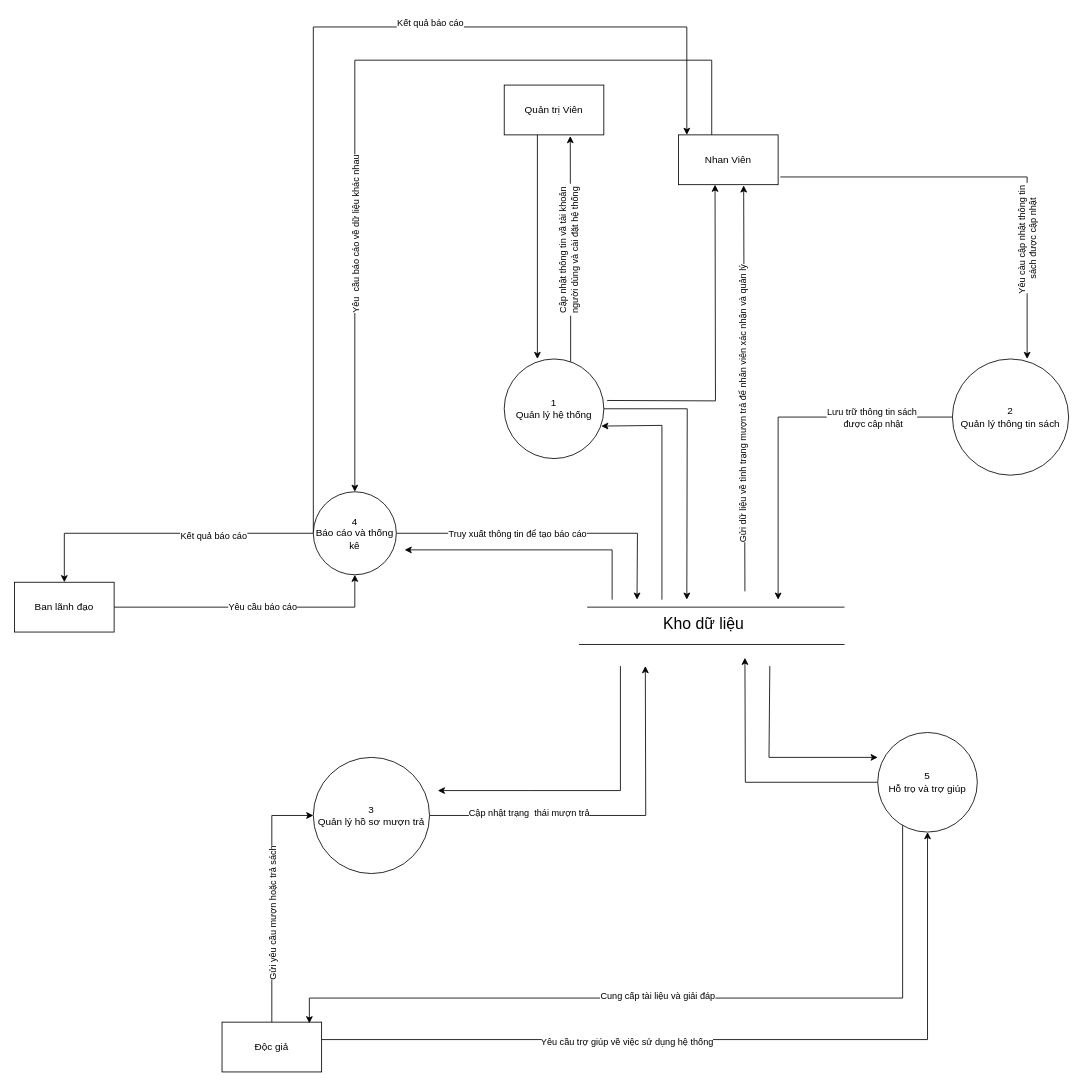
Earlier version of the draw.io diagram page "DFD" (3 of 4) of Biểu đồ không có tiêu đề.drawio (trunghai04/game-python). Source tidied: cells renumbered, new cells numbered last; positions are measured from the earlier drawing's top-left corner, leaving out a move shared by most shapes. Both pictures are drawn from the tidied source at 83%, with x=0, y=0 at pixel (14, 27).
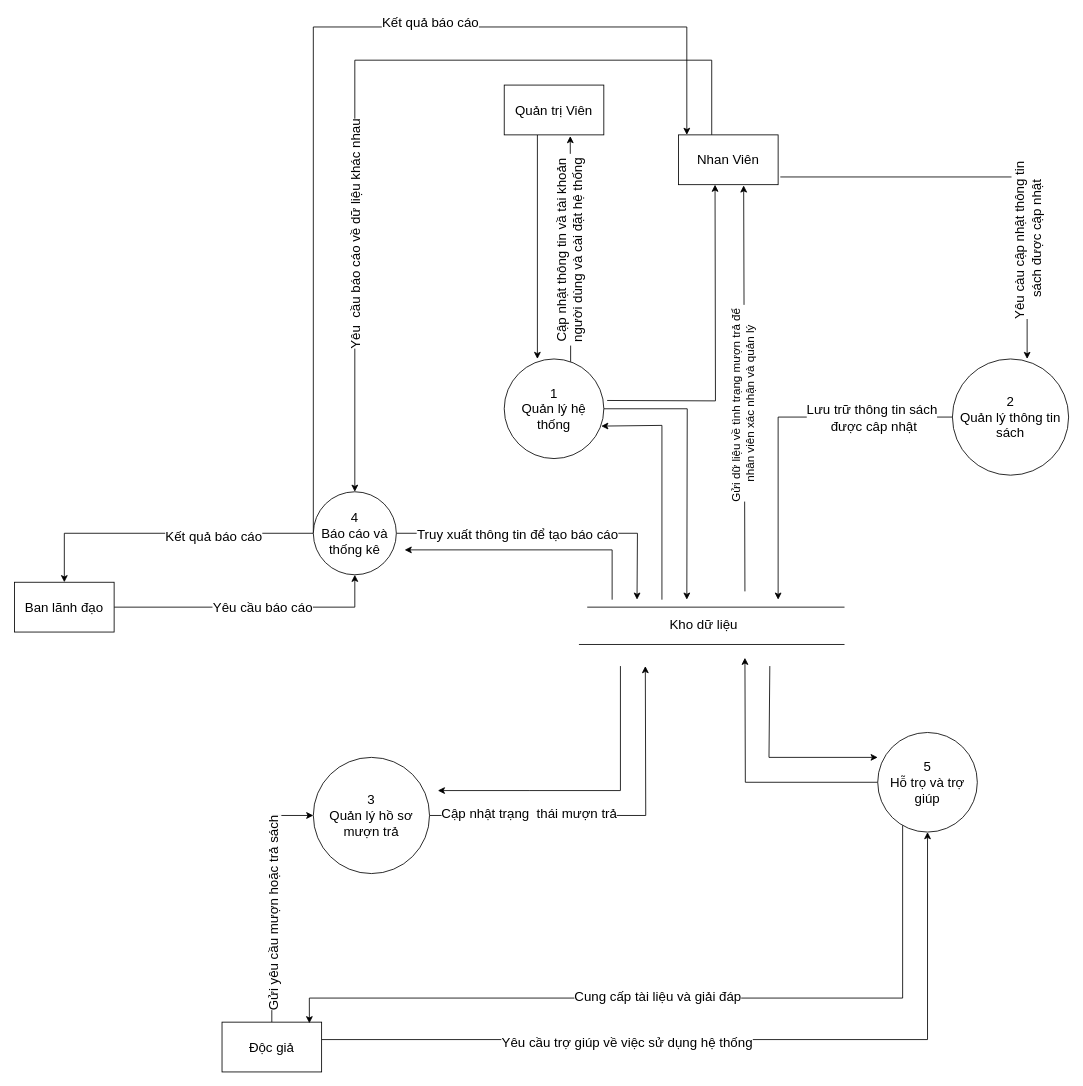
The same page after the edit.

Commit message (it also covers changes not shown here):
Cập nhật Biểu đồ không có tiêu đề.drawio

Change to the diagram source:
```diff
@@
-    <mxCell id="2" style="line;strokeWidth=1;fillColor=none;align=left;verticalAlign=middle;spacingTop=-1;spacingLeft=3;spacingRight=3;labelPosition=right;strokeColor=inherit;" parent="1" vertex="1">
+    <mxCell id="2" style="line;strokeWidth=1;fillColor=none;align=left;verticalAlign=middle;spacingTop=-1;spacingLeft=3;spacingRight=3;labelPosition=right;strokeColor=inherit;fontSize=16;" parent="1" vertex="1">
       <mxGeometry x="690" y="698" width="310" height="2" as="geometry" />
     </mxCell>
-    <mxCell id="3" style="line;strokeWidth=1;fillColor=none;align=left;verticalAlign=middle;spacingTop=-1;spacingLeft=3;spacingRight=3;labelPosition=right;strokeColor=inherit;" parent="1" vertex="1">
+    <mxCell id="3" style="line;strokeWidth=1;fillColor=none;align=left;verticalAlign=middle;spacingTop=-1;spacingLeft=3;spacingRight=3;labelPosition=right;strokeColor=inherit;fontSize=16;" parent="1" vertex="1">
       <mxGeometry x="680" y="720" width="320" height="48" as="geometry" />
     </mxCell>
-    <mxCell id="4" value="Kho dữ liệu" style="text;html=1;align=center;verticalAlign=middle;strokeColor=none;fillColor=none;fontSize=19;" parent="1" vertex="1">
-      <mxGeometry x="770" y="700" width="120" height="40" as="geometry" />
+    <mxCell id="4" value="Kho dữ liệu" style="text;html=1;align=center;verticalAlign=middle;strokeColor=none;fillColor=none;fontSize=16;" parent="1" vertex="1">
+      <mxGeometry x="775" y="705" width="110" height="30" as="geometry" />
     </mxCell>
-    <mxCell id="5" style="edgeStyle=orthogonalEdgeStyle;rounded=0;jettySize=auto;html=1;" parent="1" edge="1" source="7">
+    <mxCell id="5" style="edgeStyle=orthogonalEdgeStyle;rounded=0;jettySize=auto;html=1;fontSize=16;" parent="1" edge="1" source="7">
       <mxGeometry relative="1" as="geometry">
         <mxPoint x="810" y="690" as="targetPoint" />
       </mxGeometry>
     </mxCell>
-    <mxCell id="6" style="edgeStyle=orthogonalEdgeStyle;rounded=0;orthogonalLoop=1;jettySize=auto;html=1;entryX=0.5;entryY=1;entryDx=0;entryDy=0;" parent="1" edge="1">
+    <mxCell id="6" style="edgeStyle=orthogonalEdgeStyle;rounded=0;orthogonalLoop=1;jettySize=auto;html=1;entryX=0.5;entryY=1;entryDx=0;entryDy=0;fontSize=16;" parent="1" edge="1">
       <mxGeometry relative="1" as="geometry">
         <mxPoint x="714" y="450" as="sourcePoint" />
         <mxPoint x="844" y="190" as="targetPoint" />
       </mxGeometry>
     </mxCell>
-    <mxCell id="7" value="1&lt;div&gt;Quản lý hệ thống&lt;/div&gt;" style="ellipse;whiteSpace=wrap;html=1;" parent="1" vertex="1">
+    <mxCell id="7" value="1&lt;div style=&quot;font-size: 16px;&quot;&gt;Quản lý hệ thống&lt;/div&gt;" style="ellipse;whiteSpace=wrap;html=1;fontSize=16;" parent="1" vertex="1">
       <mxGeometry x="590" y="400" width="120" height="120" as="geometry" />
     </mxCell>
-    <mxCell id="8" style="edgeStyle=orthogonalEdgeStyle;rounded=0;jettySize=auto;html=1;" parent="1" edge="1" source="10">
+    <mxCell id="8" style="edgeStyle=orthogonalEdgeStyle;rounded=0;jettySize=auto;html=1;fontSize=16;" parent="1" edge="1" source="10">
       <mxGeometry relative="1" as="geometry">
         <mxPoint x="920" y="690" as="targetPoint" />
         <Array as="points">
           <mxPoint x="920" y="470" />
           <mxPoint x="920" y="690" />
         </Array>
       </mxGeometry>
     </mxCell>
-    <mxCell id="9" value="Lưu trữ thông tin sách&lt;div&gt;&amp;nbsp;được câp nhật&lt;/div&gt;" style="edgeLabel;html=1;align=center;verticalAlign=middle;" parent="8" vertex="1">
+    <mxCell id="9" value="Lưu trữ thông tin sách&lt;div style=&quot;font-size: 16px;&quot;&gt;&amp;nbsp;được câp nhật&lt;/div&gt;" style="edgeLabel;html=1;align=center;verticalAlign=middle;fontSize=16;" parent="8" vertex="1">
       <mxGeometry x="-0.42" relative="1" as="geometry">
         <mxPoint x="27" as="offset" />
       </mxGeometry>
     </mxCell>
-    <mxCell id="10" value="2&lt;div&gt;Quản lý thông tin sách&lt;/div&gt;" style="ellipse;whiteSpace=wrap;html=1;" parent="1" vertex="1">
+    <mxCell id="10" value="2&lt;div style=&quot;font-size: 16px;&quot;&gt;Quản lý thông tin sách&lt;/div&gt;" style="ellipse;whiteSpace=wrap;html=1;fontSize=16;" parent="1" vertex="1">
       <mxGeometry x="1130" y="400" width="140" height="140" as="geometry" />
     </mxCell>
-    <mxCell id="11" style="edgeStyle=orthogonalEdgeStyle;rounded=0;jettySize=auto;html=1;" parent="1" edge="1" source="12">
+    <mxCell id="11" style="edgeStyle=orthogonalEdgeStyle;rounded=0;jettySize=auto;html=1;fontSize=16;" parent="1" edge="1" source="12">
       <mxGeometry relative="1" as="geometry">
         <mxPoint x="880" y="760" as="targetPoint" />
       </mxGeometry>
     </mxCell>
-    <mxCell id="12" value="5&lt;div&gt;Hỗ trọ và trợ giúp&lt;/div&gt;" style="ellipse;whiteSpace=wrap;html=1;" parent="1" vertex="1">
+    <mxCell id="12" value="5&lt;div style=&quot;font-size: 16px;&quot;&gt;Hỗ trọ và trợ giúp&lt;/div&gt;" style="ellipse;whiteSpace=wrap;html=1;fontSize=16;" parent="1" vertex="1">
       <mxGeometry x="1040" y="850" width="120" height="120" as="geometry" />
     </mxCell>
-    <mxCell id="13" style="edgeStyle=orthogonalEdgeStyle;rounded=0;jettySize=auto;html=1;" parent="1" edge="1" source="19">
+    <mxCell id="13" style="edgeStyle=orthogonalEdgeStyle;rounded=0;jettySize=auto;html=1;fontSize=16;" parent="1" edge="1" source="19">
       <mxGeometry relative="1" as="geometry">
         <mxPoint x="750" y="690" as="targetPoint" />
       </mxGeometry>
     </mxCell>
-    <mxCell id="14" value="Truy xuất thông tin để tạo báo cáo" style="edgeLabel;html=1;align=center;verticalAlign=middle;" parent="13" vertex="1">
+    <mxCell id="14" value="Truy xuất thông tin để tạo báo cáo" style="edgeLabel;html=1;align=center;verticalAlign=middle;fontSize=16;" parent="13" vertex="1">
       <mxGeometry x="-0.04" y="-1" relative="1" as="geometry">
         <mxPoint x="-33" y="-1" as="offset" />
       </mxGeometry>
     </mxCell>
-    <mxCell id="15" style="edgeStyle=orthogonalEdgeStyle;rounded=0;jettySize=auto;html=1;" parent="1" edge="1" source="19">
+    <mxCell id="15" style="edgeStyle=orthogonalEdgeStyle;rounded=0;jettySize=auto;html=1;fontSize=16;" parent="1" edge="1" source="19">
       <mxGeometry relative="1" as="geometry">
         <mxPoint x="810" y="130" as="targetPoint" />
         <Array as="points">
           <mxPoint x="360" />
           <mxPoint x="810" />
         </Array>
       </mxGeometry>
     </mxCell>
-    <mxCell id="16" value="Kết quả báo cáo" style="edgeLabel;html=1;align=center;verticalAlign=middle;" parent="15" vertex="1">
+    <mxCell id="16" value="Kết quả báo cáo" style="edgeLabel;html=1;align=center;verticalAlign=middle;fontSize=16;" parent="15" vertex="1">
       <mxGeometry x="0.26" y="6" relative="1" as="geometry" />
     </mxCell>
-    <mxCell id="17" style="edgeStyle=orthogonalEdgeStyle;rounded=0;jettySize=auto;html=1;entryX=0.5;entryY=0;entryDx=0;entryDy=0;" parent="1" edge="1" source="19" target="43">
+    <mxCell id="17" style="edgeStyle=orthogonalEdgeStyle;rounded=0;jettySize=auto;html=1;entryX=0.5;entryY=0;entryDx=0;entryDy=0;fontSize=16;" parent="1" edge="1" source="19" target="43">
       <mxGeometry relative="1" as="geometry" />
     </mxCell>
-    <mxCell id="18" value="Kết quả báo cáo" style="edgeLabel;html=1;align=center;verticalAlign=middle;" parent="17" vertex="1">
+    <mxCell id="18" value="Kết quả báo cáo" style="edgeLabel;html=1;align=center;verticalAlign=middle;fontSize=16;" parent="17" vertex="1">
       <mxGeometry x="-0.32" y="3" relative="1" as="geometry">
         <mxPoint x="1" as="offset" />
       </mxGeometry>
     </mxCell>
-    <mxCell id="19" value="4&lt;div&gt;Báo cáo và thống kê&lt;/div&gt;" style="ellipse;whiteSpace=wrap;html=1;" parent="1" vertex="1">
+    <mxCell id="19" value="4&lt;div style=&quot;font-size: 16px;&quot;&gt;Báo cáo và thống kê&lt;/div&gt;" style="ellipse;whiteSpace=wrap;html=1;fontSize=16;" parent="1" vertex="1">
       <mxGeometry x="360" y="560" width="100" height="100" as="geometry" />
     </mxCell>
-    <mxCell id="20" style="edgeStyle=orthogonalEdgeStyle;rounded=0;jettySize=auto;html=1;" parent="1" edge="1" source="22">
+    <mxCell id="20" style="edgeStyle=orthogonalEdgeStyle;rounded=0;jettySize=auto;html=1;fontSize=16;" parent="1" edge="1" source="22">
       <mxGeometry relative="1" as="geometry">
         <mxPoint x="760" y="770" as="targetPoint" />
       </mxGeometry>
     </mxCell>
-    <mxCell id="21" value="Cập nhật trạng&amp;nbsp; thái mượn trả" style="edgeLabel;html=1;align=center;verticalAlign=middle;" parent="20" vertex="1">
+    <mxCell id="21" value="Cập nhật trạng&amp;nbsp; thái mượn trả" style="edgeLabel;html=1;align=center;verticalAlign=middle;fontSize=16;" parent="20" vertex="1">
       <mxGeometry x="-0.46" y="4" relative="1" as="geometry" />
     </mxCell>
-    <mxCell id="22" value="3&lt;div&gt;Quản lý hồ sơ mượn trả&lt;/div&gt;" style="ellipse;whiteSpace=wrap;html=1;" parent="1" vertex="1">
+    <mxCell id="22" value="3&lt;div style=&quot;font-size: 16px;&quot;&gt;Quản lý hồ sơ mượn trả&lt;/div&gt;" style="ellipse;whiteSpace=wrap;html=1;fontSize=16;" parent="1" vertex="1">
       <mxGeometry x="360" y="880" width="140" height="140" as="geometry" />
     </mxCell>
-    <mxCell id="23" style="edgeStyle=orthogonalEdgeStyle;rounded=0;jettySize=auto;html=1;entryX=0.333;entryY=0;entryDx=0;entryDy=0;entryPerimeter=0;" parent="1" edge="1" source="24" target="7">
+    <mxCell id="23" style="edgeStyle=orthogonalEdgeStyle;rounded=0;jettySize=auto;html=1;entryX=0.333;entryY=0;entryDx=0;entryDy=0;entryPerimeter=0;fontSize=16;" parent="1" edge="1" source="24" target="7">
       <mxGeometry relative="1" as="geometry">
         <Array as="points">
           <mxPoint x="630" y="400" />
         </Array>
       </mxGeometry>
     </mxCell>
-    <mxCell id="24" value="Quản trị Viên" style="rounded=0;whiteSpace=wrap;html=1;" parent="1" vertex="1">
+    <mxCell id="24" value="Quản trị Viên" style="rounded=0;whiteSpace=wrap;html=1;fontSize=16;" parent="1" vertex="1">
       <mxGeometry x="590" y="70" width="120" height="60" as="geometry" />
     </mxCell>
-    <mxCell id="25" style="edgeStyle=orthogonalEdgeStyle;rounded=0;jettySize=auto;html=1;entryX=0.663;entryY=1.024;entryDx=0;entryDy=0;entryPerimeter=0;" parent="1" edge="1" source="7" target="24">
+    <mxCell id="25" style="edgeStyle=orthogonalEdgeStyle;rounded=0;jettySize=auto;html=1;entryX=0.663;entryY=1.024;entryDx=0;entryDy=0;entryPerimeter=0;fontSize=16;" parent="1" edge="1" source="7" target="24">
       <mxGeometry relative="1" as="geometry">
         <Array as="points">
           <mxPoint x="670" y="345" />
           <mxPoint x="670" y="345" />
         </Array>
       </mxGeometry>
     </mxCell>
-    <mxCell id="26" value="Cập nhật thông tin vầ tài khoản&lt;div&gt;&amp;nbsp;người dùng và cài đặt hệ thống&amp;nbsp;&lt;/div&gt;" style="edgeLabel;html=1;align=center;verticalAlign=middle;rotation=270;" parent="25" vertex="1">
+    <mxCell id="26" value="Cập nhật thông tin vầ tài khoản&lt;div style=&quot;font-size: 16px;&quot;&gt;&amp;nbsp;người dùng và cài đặt hệ thống&amp;nbsp;&lt;/div&gt;" style="edgeLabel;html=1;align=center;verticalAlign=middle;rotation=270;fontSize=16;" parent="25" vertex="1">
       <mxGeometry x="-0.25" y="2" relative="1" as="geometry">
         <mxPoint y="-32" as="offset" />
       </mxGeometry>
     </mxCell>
-    <mxCell id="27" style="edgeStyle=orthogonalEdgeStyle;rounded=0;jettySize=auto;html=1;exitX=1.022;exitY=0.845;exitDx=0;exitDy=0;exitPerimeter=0;" parent="1" edge="1" source="31">
+    <mxCell id="27" style="edgeStyle=orthogonalEdgeStyle;rounded=0;jettySize=auto;html=1;exitX=1.022;exitY=0.845;exitDx=0;exitDy=0;exitPerimeter=0;fontSize=16;" parent="1" edge="1" source="31">
       <mxGeometry relative="1" as="geometry">
         <mxPoint x="1220" y="400" as="targetPoint" />
         <Array as="points">
           <mxPoint x="1220" y="181" />
         </Array>
       </mxGeometry>
     </mxCell>
-    <mxCell id="28" value="Yêu càu cập nhật thông tin&amp;nbsp;&lt;div&gt;sách được cập nhật&lt;/div&gt;" style="edgeLabel;html=1;align=center;verticalAlign=middle;rotation=270;" parent="27" vertex="1">
+    <mxCell id="28" value="Yêu càu cập nhật thông tin&amp;nbsp;&lt;div style=&quot;font-size: 16px;&quot;&gt;sách được cập nhật&lt;/div&gt;" style="edgeLabel;html=1;align=center;verticalAlign=middle;rotation=270;fontSize=16;" parent="27" vertex="1">
       <mxGeometry x="0.32" y="-2" relative="1" as="geometry">
         <mxPoint x="2" y="32" as="offset" />
       </mxGeometry>
     </mxCell>
-    <mxCell id="29" style="edgeStyle=orthogonalEdgeStyle;rounded=0;jettySize=auto;html=1;entryX=0.5;entryY=0;entryDx=0;entryDy=0;" parent="1" edge="1" source="31" target="19">
+    <mxCell id="29" style="edgeStyle=orthogonalEdgeStyle;rounded=0;jettySize=auto;html=1;entryX=0.5;entryY=0;entryDx=0;entryDy=0;fontSize=16;" parent="1" edge="1" source="31" target="19">
       <mxGeometry relative="1" as="geometry">
         <Array as="points">
           <mxPoint x="840" y="40" />
           <mxPoint x="410" y="40" />
         </Array>
       </mxGeometry>
     </mxCell>
-    <mxCell id="30" value="Yêu&amp;nbsp; cầu báo cáo về dữ liệu khác nhau" style="edgeLabel;html=1;align=center;verticalAlign=middle;rotation=270;" parent="29" vertex="1">
+    <mxCell id="30" value="Yêu&amp;nbsp; cầu báo cáo về dữ liệu khác nhau" style="edgeLabel;html=1;align=center;verticalAlign=middle;rotation=270;fontSize=16;" parent="29" vertex="1">
       <mxGeometry x="0.33" y="-1" relative="1" as="geometry">
         <mxPoint x="1" y="39" as="offset" />
       </mxGeometry>
     </mxCell>
-    <mxCell id="31" value="Nhan Viên" style="rounded=0;whiteSpace=wrap;html=1;" parent="1" vertex="1">
+    <mxCell id="31" value="Nhan Viên" style="rounded=0;whiteSpace=wrap;html=1;fontSize=16;" parent="1" vertex="1">
       <mxGeometry x="800" y="130" width="120" height="60" as="geometry" />
     </mxCell>
-    <mxCell id="32" style="edgeStyle=orthogonalEdgeStyle;rounded=0;jettySize=auto;html=1;entryX=0;entryY=0.5;entryDx=0;entryDy=0;" parent="1" edge="1" source="36" target="22">
+    <mxCell id="32" style="edgeStyle=orthogonalEdgeStyle;rounded=0;jettySize=auto;html=1;entryX=0;entryY=0.5;entryDx=0;entryDy=0;fontSize=16;" parent="1" edge="1" source="36" target="22">
       <mxGeometry relative="1" as="geometry" />
     </mxCell>
-    <mxCell id="33" value="Gửi yêu cầu mượn hoặc trả sách" style="edgeLabel;html=1;align=center;verticalAlign=middle;rotation=270;" parent="32" vertex="1">
+    <mxCell id="33" value="Gửi yêu cầu mượn hoặc trả sách" style="edgeLabel;html=1;align=center;verticalAlign=middle;rotation=270;fontSize=16;" parent="32" vertex="1">
       <mxGeometry x="-0.13" y="-1" relative="1" as="geometry" />
     </mxCell>
-    <mxCell id="34" style="edgeStyle=orthogonalEdgeStyle;rounded=0;jettySize=auto;html=1;entryX=0.5;entryY=1;entryDx=0;entryDy=0;" parent="1" edge="1" source="36" target="12">
+    <mxCell id="34" style="edgeStyle=orthogonalEdgeStyle;rounded=0;jettySize=auto;html=1;entryX=0.5;entryY=1;entryDx=0;entryDy=0;fontSize=16;" parent="1" edge="1" source="36" target="12">
       <mxGeometry relative="1" as="geometry">
         <Array as="points">
           <mxPoint x="1100" y="1220" />
         </Array>
       </mxGeometry>
     </mxCell>
-    <mxCell id="35" value="Yêu cầu trợ giúp về việc sử dụng hệ thống" style="edgeLabel;html=1;align=center;verticalAlign=middle;" parent="34" vertex="1">
+    <mxCell id="35" value="Yêu cầu trợ giúp về việc sử dụng hệ thống" style="edgeLabel;html=1;align=center;verticalAlign=middle;fontSize=16;" parent="34" vertex="1">
       <mxGeometry x="-0.25" y="-2" relative="1" as="geometry">
         <mxPoint x="-1" as="offset" />
       </mxGeometry>
     </mxCell>
-    <mxCell id="36" value="Độc giả" style="whiteSpace=wrap;html=1;" parent="1" vertex="1">
+    <mxCell id="36" value="Độc giả" style="whiteSpace=wrap;html=1;fontSize=16;" parent="1" vertex="1">
       <mxGeometry x="250" y="1199" width="120" height="60" as="geometry" />
     </mxCell>
-    <mxCell id="37" style="edgeStyle=orthogonalEdgeStyle;rounded=0;jettySize=auto;html=1;entryX=0.877;entryY=0.023;entryDx=0;entryDy=0;entryPerimeter=0;" parent="1" edge="1" source="12" target="36">
+    <mxCell id="37" style="edgeStyle=orthogonalEdgeStyle;rounded=0;jettySize=auto;html=1;entryX=0.877;entryY=0.023;entryDx=0;entryDy=0;entryPerimeter=0;fontSize=16;" parent="1" edge="1" source="12" target="36">
       <mxGeometry relative="1" as="geometry">
         <Array as="points">
           <mxPoint x="1070" y="1170" />
           <mxPoint x="355" y="1170" />
         </Array>
       </mxGeometry>
     </mxCell>
-    <mxCell id="38" value="Cung cấp tài liệu và giải đáp" style="edgeLabel;html=1;align=center;verticalAlign=middle;" parent="37" vertex="1">
+    <mxCell id="38" value="Cung cấp tài liệu và giải đáp" style="edgeLabel;html=1;align=center;verticalAlign=middle;fontSize=16;" parent="37" vertex="1">
       <mxGeometry x="0.06" y="-3" relative="1" as="geometry">
         <mxPoint x="1" as="offset" />
       </mxGeometry>
     </mxCell>
-    <mxCell id="39" style="endArrow=classic;html=1;rounded=0;entryX=0.974;entryY=0.674;entryDx=0;entryDy=0;entryPerimeter=0;" parent="1" edge="1" target="7">
+    <mxCell id="39" style="endArrow=classic;html=1;rounded=0;entryX=0.974;entryY=0.674;entryDx=0;entryDy=0;entryPerimeter=0;fontSize=16;" parent="1" edge="1" target="7">
       <mxGeometry relative="1" as="geometry">
         <mxPoint x="780" y="690" as="sourcePoint" />
         <Array as="points">
           <mxPoint x="780" y="480" />
         </Array>
       </mxGeometry>
     </mxCell>
-    <mxCell id="40" style="endArrow=classic;html=1;rounded=0;" parent="1" edge="1">
+    <mxCell id="40" style="endArrow=classic;html=1;rounded=0;fontSize=16;" parent="1" edge="1">
       <mxGeometry relative="1" as="geometry">
         <mxPoint x="720" y="690" as="sourcePoint" />
         <mxPoint x="470" y="630" as="targetPoint" />
         <Array as="points">
           <mxPoint x="720" y="630" />
         </Array>
       </mxGeometry>
     </mxCell>
-    <mxCell id="41" style="edgeStyle=orthogonalEdgeStyle;rounded=0;jettySize=auto;html=1;" parent="1" edge="1" source="43" target="19">
+    <mxCell id="41" style="edgeStyle=orthogonalEdgeStyle;rounded=0;jettySize=auto;html=1;fontSize=16;" parent="1" edge="1" source="43" target="19">
       <mxGeometry relative="1" as="geometry" />
     </mxCell>
-    <mxCell id="42" value="Yêu cầu báo cáo" style="edgeLabel;html=1;align=center;verticalAlign=middle;" parent="41" vertex="1">
+    <mxCell id="42" value="Yêu cầu báo cáo" style="edgeLabel;html=1;align=center;verticalAlign=middle;fontSize=16;" parent="41" vertex="1">
       <mxGeometry x="0.08" y="1" relative="1" as="geometry" />
     </mxCell>
-    <mxCell id="43" value="Ban lãnh đạo" style="rounded=0;whiteSpace=wrap;html=1;" parent="1" vertex="1">
+    <mxCell id="43" value="Ban lãnh đạo" style="rounded=0;whiteSpace=wrap;html=1;fontSize=16;" parent="1" vertex="1">
       <mxGeometry y="669" width="120" height="60" as="geometry" />
     </mxCell>
-    <mxCell id="44" style="endArrow=classic;html=1;rounded=0;" parent="1" edge="1">
+    <mxCell id="44" style="endArrow=classic;html=1;rounded=0;fontSize=16;" parent="1" edge="1">
       <mxGeometry relative="1" as="geometry">
         <mxPoint x="730" y="770" as="sourcePoint" />
         <mxPoint x="510" y="920" as="targetPoint" />
         <Array as="points">
           <mxPoint x="730" y="920" />
           <mxPoint x="620" y="920" />
         </Array>
       </mxGeometry>
     </mxCell>
-    <mxCell id="45" style="endArrow=classic;html=1;rounded=0;" parent="1" edge="1">
+    <mxCell id="45" style="endArrow=classic;html=1;rounded=0;fontSize=16;" parent="1" edge="1">
       <mxGeometry relative="1" as="geometry">
         <mxPoint x="910" y="770" as="sourcePoint" />
         <mxPoint x="1040" y="880" as="targetPoint" />
         <Array as="points">
           <mxPoint x="909" y="880" />
         </Array>
       </mxGeometry>
     </mxCell>
-    <mxCell id="46" style="endArrow=classic;html=1;rounded=0;entryX=0.654;entryY=1.015;entryDx=0;entryDy=0;entryPerimeter=0;" parent="1" edge="1" target="31">
+    <mxCell id="46" style="endArrow=classic;html=1;rounded=0;entryX=0.654;entryY=1.015;entryDx=0;entryDy=0;entryPerimeter=0;fontSize=16;" parent="1" edge="1" target="31">
       <mxGeometry relative="1" as="geometry">
         <mxPoint x="880" y="680" as="sourcePoint" />
       </mxGeometry>
     </mxCell>
-    <mxCell id="47" value="Gửi dữ liệu về tình trạng mượn trả để nhân viên xác nhận và quản lý" style="edgeLabel;html=1;align=center;verticalAlign=middle;rotation=270;" parent="46" vertex="1">
+    <mxCell id="47" value="Gửi dữ liệu về tình trạng mượn trả để&amp;nbsp;&lt;div&gt;nhân viên xác nhận và quản lý&lt;/div&gt;" style="edgeLabel;html=1;align=center;verticalAlign=middle;rotation=270;fontSize=14;" parent="46" vertex="1">
       <mxGeometry x="-0.08" y="3" relative="1" as="geometry" />
     </mxCell>
```
